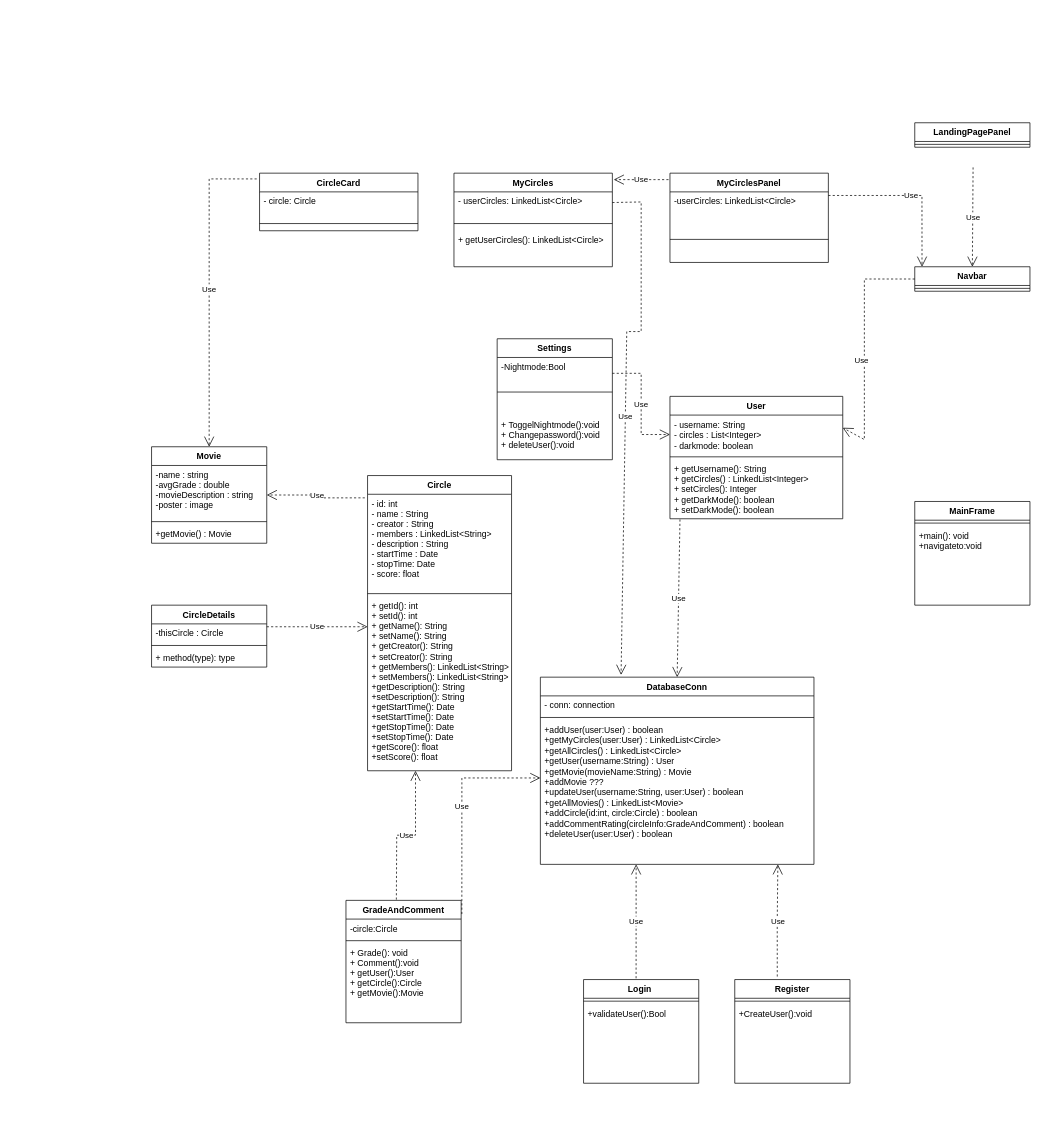
Earlier version of the draw.io diagram Diagrams/UML.drawio (johanbergfalk/DAT055_circles). Source tidied: cells renumbered, new cells numbered last; positions are measured from the earlier drawing's top-left corner, leaving out a move shared by most shapes. Both pictures are drawn from the tidied source at 72%, with x=0, y=0 at pixel (151, 122).
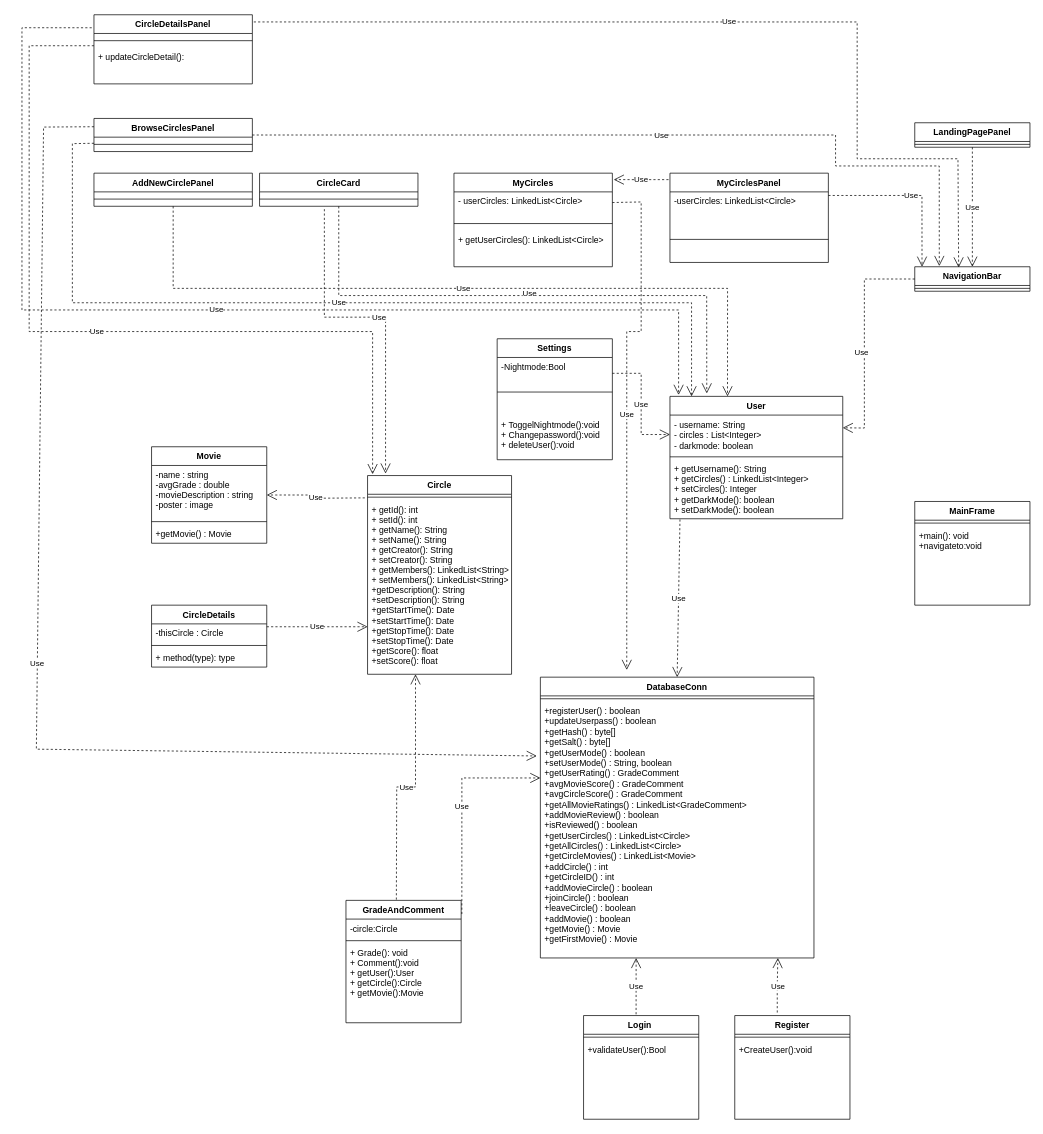
Above is the later version.

The change refers to these unchanged cells:
```xml
<mxCell id="11" value="- userCircles: LinkedList&lt;Circle&gt; &#10;" style="text;strokeColor=none;fillColor=none;align=left;verticalAlign=top;spacingLeft=4;spacingRight=4;overflow=hidden;points=[[0,0.5],[1,0.5]];portConstraint=eastwest;" parent="10" vertex="1">
  <mxGeometry y="26" width="220" height="34" as="geometry" />
</mxCell>
<mxCell id="14" value="Movie" style="swimlane;fontStyle=1;align=center;verticalAlign=top;horizontal=1;startSize=26;" parent="1" vertex="1">
  <mxGeometry y="450" width="160" height="134" as="geometry" />
</mxCell>
<mxCell id="31" value="User" style="swimlane;fontStyle=1;align=center;verticalAlign=top;horizontal=1;startSize=26;" parent="1" vertex="1">
  <mxGeometry x="720" y="380" width="240" height="170" as="geometry" />
</mxCell>
<mxCell id="32" value="- username: String&#10;- circles : List&lt;Integer&gt;&#10;- darkmode: boolean" style="text;strokeColor=none;fillColor=none;align=left;verticalAlign=top;spacingLeft=4;spacingRight=4;overflow=hidden;points=[[0,0.5],[1,0.5]];portConstraint=eastwest;whiteSpace=wrap;" parent="31" vertex="1">
  <mxGeometry y="26" width="240" height="54" as="geometry" />
</mxCell>
<mxCell id="50" value="LandingPagePanel" style="swimlane;fontStyle=1;align=center;verticalAlign=top;horizontal=1;startSize=26;" parent="1" vertex="1">
  <mxGeometry x="1060" width="160" height="34" as="geometry" />
</mxCell>
```

Diff of the diagram source:
```diff
@@
     <mxCell id="2" value="DatabaseConn" style="swimlane;fontStyle=1;align=center;verticalAlign=top;horizontal=1;startSize=26;" parent="1" vertex="1">
-      <mxGeometry x="540" y="770" width="380" height="260" as="geometry" />
+      <mxGeometry x="540" y="770" width="380" height="390" as="geometry" />
     </mxCell>
-    <mxCell id="3" value="- conn: connection" style="text;strokeColor=none;fillColor=none;align=left;verticalAlign=top;spacingLeft=4;spacingRight=4;overflow=hidden;" parent="2" vertex="1">
-      <mxGeometry y="26" width="380" height="26" as="geometry" />
-    </mxCell>
     <mxCell id="4" style="line;strokeWidth=1;fillColor=none;align=left;verticalAlign=middle;spacingTop=-1;spacingLeft=3;spacingRight=3;labelPosition=right;" parent="2" vertex="1">
-      <mxGeometry y="52" width="380" height="8" as="geometry" />
+      <mxGeometry y="26" width="380" height="8" as="geometry" />
     </mxCell>
-    <mxCell id="5" value="+addUser(user:User) : boolean&#10;+getMyCircles(user:User) : LinkedList&lt;Circle&gt;&#10;+getAllCircles() : LinkedList&lt;Circle&gt;&#10;+getUser(username:String) : User&#10;+getMovie(movieName:String) : Movie&#10;+addMovie ???&#10;+updateUser(username:String, user:User) : boolean&#10;+getAllMovies() : LinkedList&lt;Movie&gt;&#10;+addCircle(id:int, circle:Circle) : boolean&#10;+addCommentRating(circleInfo:GradeAndComment) : boolean&#10;+deleteUser(user:User) : boolean&#10;&#10;&#10;&#10;" style="text;strokeColor=none;fillColor=none;align=left;verticalAlign=top;spacingLeft=4;spacingRight=4;overflow=hidden;points=[[0,0.5],[1,0.5]];portConstraint=eastwest;whiteSpace=wrap;" parent="2" vertex="1">
-      <mxGeometry y="60" width="380" height="200" as="geometry" />
+    <mxCell id="5" value="+registerUser() : boolean&#10;+updateUserpass() : boolean&#10;+getHash() : byte[]&#10;+getSalt() : byte[]&#10;+getUserMode() : boolean&#10;+setUserMode() : String, boolean&#10;+getUserRating() : GradeComment&#10;+avgMovieScore() : GradeComment&#10;+avgCircleScore() : GradeComment&#10;+getAllMovieRatings() : LinkedList&lt;GradeComment&gt;&#10;+addMovieReview() : boolean&#10;+isReviewed() : boolean&#10;+getUserCircles() : LinkedList&lt;Circle&gt;&#10;+getAllCircles() : LinkedList&lt;Circle&gt;&#10;+getCircleMovies() : LinkedList&lt;Movie&gt;&#10;+addCircle() : int&#10;+getCircleID() : int&#10;+addMovieCircle() : boolean&#10;+joinCircle() : boolean&#10;+leaveCircle() : boolean&#10;+addMovie() : boolean&#10;+getMovie() : Movie&#10;+getFirstMovie() : Movie&#10;&#10;&#10;&#10;" style="text;strokeColor=none;fillColor=none;align=left;verticalAlign=top;spacingLeft=4;spacingRight=4;overflow=hidden;points=[[0,0.5],[1,0.5]];portConstraint=eastwest;whiteSpace=wrap;" parent="2" vertex="1">
+      <mxGeometry y="34" width="380" height="356" as="geometry" />
     </mxCell>
     <mxCell id="6" value="Circle" style="swimlane;fontStyle=1;align=center;verticalAlign=top;horizontal=1;startSize=26;" parent="1" vertex="1">
-      <mxGeometry x="300" y="490" width="200" height="410" as="geometry" />
+      <mxGeometry x="300" y="490" width="200" height="276" as="geometry" />
     </mxCell>
-    <mxCell id="7" value="- id: int&#10;- name : String&#10;- creator : String&#10;- members : LinkedList&lt;String&gt;&#10;- description : String&#10;- startTime : Date&#10;- stopTime: Date&#10;- score: float&#10;" style="text;strokeColor=none;fillColor=none;align=left;verticalAlign=top;spacingLeft=4;spacingRight=4;overflow=hidden;points=[[0,0.5],[1,0.5]];portConstraint=eastwest;" parent="6" vertex="1">
-      <mxGeometry y="26" width="200" height="134" as="geometry" />
-    </mxCell>
     <mxCell id="8" style="line;strokeWidth=1;fillColor=none;align=left;verticalAlign=middle;spacingTop=-1;spacingLeft=3;spacingRight=3;labelPosition=right;" parent="6" vertex="1">
-      <mxGeometry y="160" width="200" height="8" as="geometry" />
+      <mxGeometry y="26" width="200" height="8" as="geometry" />
     </mxCell>
     <mxCell id="9" value="+ getId(): int&#10;+ setId(): int&#10;+ getName(): String&#10;+ setName(): String&#10;+ getCreator(): String&#10;+ setCreator(): String&#10;+ getMembers(): LinkedList&lt;String&gt;&#10;+ setMembers(): LinkedList&lt;String&gt;&#10;+getDescription(): String&#10;+setDescription(): String&#10;+getStartTime(): Date&#10;+setStartTime(): Date&#10;+getStopTime(): Date&#10;+setStopTime(): Date&#10;+getScore(): float&#10;+setScore(): float" style="text;strokeColor=none;fillColor=none;align=left;verticalAlign=top;spacingLeft=4;spacingRight=4;overflow=hidden;points=[[0,0.5],[1,0.5]];portConstraint=eastwest;" parent="6" vertex="1">
-      <mxGeometry y="168" width="200" height="242" as="geometry" />
+      <mxGeometry y="34" width="200" height="242" as="geometry" />
     </mxCell>
@@
-    <mxCell id="38" value="Use" style="endArrow=open;endSize=12;dashed=1;html=1;rounded=0;edgeStyle=orthogonalEdgeStyle;exitX=-0.019;exitY=0.037;exitDx=0;exitDy=0;exitPerimeter=0;" parent="1" edge="1" source="7" target="14">
-      <mxGeometry relative="1" as="geometry" />
+    <mxCell id="38" value="Use" style="endArrow=open;endSize=12;dashed=1;html=1;rounded=0;edgeStyle=orthogonalEdgeStyle;exitX=-0.019;exitY=0.037;exitDx=0;exitDy=0;exitPerimeter=0;" parent="1" edge="1" target="14">
+      <mxGeometry relative="1" as="geometry">
+        <mxPoint x="296.2" y="521" as="sourcePoint" />
+      </mxGeometry>
     </mxCell>
@@
     <mxCell id="42" value="Login " style="swimlane;fontStyle=1;align=center;verticalAlign=top;horizontal=1;startSize=26;" parent="1" vertex="1">
-      <mxGeometry x="600" y="1190" width="160" height="144" as="geometry" />
+      <mxGeometry x="600" y="1240" width="160" height="144" as="geometry" />
     </mxCell>
@@
     <mxCell id="45" value="Register" style="swimlane;fontStyle=1;align=center;verticalAlign=top;horizontal=1;startSize=26;" parent="1" vertex="1">
-      <mxGeometry x="810" y="1190" width="160" height="144" as="geometry" />
+      <mxGeometry x="810" y="1240" width="160" height="144" as="geometry" />
     </mxCell>
@@
-    <mxCell id="52" value="Navbar" style="swimlane;fontStyle=1;align=center;verticalAlign=top;horizontal=1;startSize=26;" parent="1" vertex="1">
+    <mxCell id="52" value="NavigationBar&#10;" style="swimlane;fontStyle=1;align=center;verticalAlign=top;horizontal=1;startSize=26;" parent="1" vertex="1">
       <mxGeometry x="1060" y="200" width="160" height="34" as="geometry" />
     </mxCell>
@@
     <mxCell id="57" value="Use" style="endArrow=open;endSize=12;dashed=1;html=1;rounded=0;exitX=0;exitY=0.5;exitDx=0;exitDy=0;entryX=1;entryY=0.327;entryDx=0;entryDy=0;entryPerimeter=0;" parent="1" edge="1" source="52" target="32">
       <mxGeometry x="0.12" y="-4" relative="1" as="geometry">
         <Array as="points">
           <mxPoint x="990" y="217" />
-          <mxPoint x="990" y="440" />
+          <mxPoint x="990" y="424" />
         </Array>
       </mxGeometry>
     </mxCell>
@@
     <mxCell id="60" value="CircleCard" style="swimlane;fontStyle=1;align=center;verticalAlign=top;horizontal=1;startSize=26;" parent="1" vertex="1">
-      <mxGeometry x="150" y="70" width="220" height="80" as="geometry" />
+      <mxGeometry x="150" y="70" width="220" height="46" as="geometry" />
     </mxCell>
-    <mxCell id="61" value="- circle: Circle" style="text;strokeColor=none;fillColor=none;align=left;verticalAlign=top;spacingLeft=4;spacingRight=4;overflow=hidden;" parent="60" vertex="1">
-      <mxGeometry y="26" width="220" height="34" as="geometry" />
-    </mxCell>
     <mxCell id="62" style="line;strokeWidth=1;fillColor=none;align=left;verticalAlign=middle;spacingTop=-1;spacingLeft=3;spacingRight=3;labelPosition=right;" parent="60" vertex="1">
-      <mxGeometry y="60" width="220" height="20" as="geometry" />
+      <mxGeometry y="26" width="220" height="20" as="geometry" />
     </mxCell>
-    <mxCell id="63" value="Use" style="endArrow=open;endSize=12;dashed=1;html=1;rounded=0;exitX=-0.018;exitY=0.1;exitDx=0;exitDy=0;exitPerimeter=0;" parent="1" edge="1" source="60" target="14">
-      <mxGeometry relative="1" as="geometry">
-        <Array as="points">
-          <mxPoint x="80" y="78" />
-        </Array>
-      </mxGeometry>
-    </mxCell>
-    <mxCell id="64" value="Use" style="endArrow=open;endSize=12;dashed=1;html=1;rounded=0;entryX=0.5;entryY=0;entryDx=0;entryDy=0;exitX=0.506;exitY=1.077;exitDx=0;exitDy=0;exitPerimeter=0;" parent="1" edge="1" target="52">
-      <mxGeometry relative="1" as="geometry">
-        <mxPoint x="1141" y="62" as="sourcePoint" />
-      </mxGeometry>
+    <mxCell id="64" value="Use" style="endArrow=open;endSize=12;dashed=1;html=1;rounded=0;entryX=0.5;entryY=0;entryDx=0;entryDy=0;exitX=0.5;exitY=1;exitDx=0;exitDy=0;" parent="1" edge="1" source="50" target="52">
+      <mxGeometry relative="1" as="geometry" />
     </mxCell>
-    <mxCell id="65" value="Use" style="endArrow=open;endSize=12;dashed=1;html=1;rounded=0;entryX=0.295;entryY=-0.012;entryDx=0;entryDy=0;entryPerimeter=0;" parent="1" edge="1" source="11" target="2">
+    <mxCell id="65" value="Use" style="endArrow=open;endSize=12;dashed=1;html=1;rounded=0;" parent="1" edge="1" source="11">
       <mxGeometry relative="1" as="geometry">
+        <mxPoint x="660" y="760" as="targetPoint" />
         <Array as="points">
           <mxPoint x="680" y="110" />
           <mxPoint x="680" y="290" />
           <mxPoint x="660" y="290" />
         </Array>
       </mxGeometry>
     </mxCell>
@@
+    <mxCell id="67" value="Use" style="endArrow=open;endSize=12;dashed=1;html=1;rounded=0;exitX=0.5;exitY=1;exitDx=0;exitDy=0;entryX=0.213;entryY=-0.024;entryDx=0;entryDy=0;entryPerimeter=0;" parent="1" edge="1" source="60" target="31">
+      <mxGeometry x="0.01" y="3" relative="1" as="geometry">
+        <Array as="points">
+          <mxPoint x="260" y="240" />
+          <mxPoint x="771" y="240" />
+        </Array>
+      </mxGeometry>
+    </mxCell>
+    <mxCell id="68" value="Use" style="endArrow=open;endSize=12;dashed=1;html=1;rounded=0;entryX=0.125;entryY=-0.01;entryDx=0;entryDy=0;entryPerimeter=0;" parent="1" edge="1" target="6">
+      <mxGeometry relative="1" as="geometry">
+        <mxPoint x="240" y="120" as="sourcePoint" />
+        <Array as="points">
+          <mxPoint x="240" y="270" />
+          <mxPoint x="325" y="270" />
+        </Array>
+      </mxGeometry>
+    </mxCell>
+    <mxCell id="69" value="AddNewCirclePanel" style="swimlane;fontStyle=1;align=center;verticalAlign=top;horizontal=1;startSize=26;" parent="1" vertex="1">
+      <mxGeometry x="-80" y="70" width="220" height="46" as="geometry" />
+    </mxCell>
+    <mxCell id="70" style="line;strokeWidth=1;fillColor=none;align=left;verticalAlign=middle;spacingTop=-1;spacingLeft=3;spacingRight=3;labelPosition=right;" parent="69" vertex="1">
+      <mxGeometry y="26" width="220" height="20" as="geometry" />
+    </mxCell>
+    <mxCell id="71" value="Use" style="endArrow=open;endSize=12;dashed=1;html=1;rounded=0;exitX=0.5;exitY=1;exitDx=0;exitDy=0;entryX=0.333;entryY=0;entryDx=0;entryDy=0;entryPerimeter=0;" parent="1" edge="1" source="69" target="31">
+      <mxGeometry relative="1" as="geometry">
+        <Array as="points">
+          <mxPoint x="30" y="230" />
+          <mxPoint x="800" y="230" />
+        </Array>
+      </mxGeometry>
+    </mxCell>
+    <mxCell id="72" value="BrowseCirclesPanel" style="swimlane;fontStyle=1;align=center;verticalAlign=top;horizontal=1;startSize=26;" parent="1" vertex="1">
+      <mxGeometry x="-80" y="-6" width="220" height="46" as="geometry" />
+    </mxCell>
+    <mxCell id="73" style="line;strokeWidth=1;fillColor=none;align=left;verticalAlign=middle;spacingTop=-1;spacingLeft=3;spacingRight=3;labelPosition=right;" parent="72" vertex="1">
+      <mxGeometry y="26" width="220" height="20" as="geometry" />
+    </mxCell>
+    <mxCell id="74" value="Use" style="endArrow=open;endSize=12;dashed=1;html=1;rounded=0;exitX=1;exitY=0.5;exitDx=0;exitDy=0;entryX=0.213;entryY=-0.029;entryDx=0;entryDy=0;entryPerimeter=0;" parent="1" edge="1" source="72" target="52">
+      <mxGeometry relative="1" as="geometry">
+        <Array as="points">
+          <mxPoint x="950" y="17" />
+          <mxPoint x="950" y="60" />
+          <mxPoint x="1094" y="60" />
+        </Array>
+      </mxGeometry>
+    </mxCell>
+    <mxCell id="75" value="Use" style="endArrow=open;endSize=12;dashed=1;html=1;rounded=0;exitX=0;exitY=0.75;exitDx=0;exitDy=0;entryX=0.125;entryY=0;entryDx=0;entryDy=0;entryPerimeter=0;" parent="1" edge="1" source="72" target="31">
+      <mxGeometry relative="1" as="geometry">
+        <Array as="points">
+          <mxPoint x="-110" y="29" />
+          <mxPoint x="-110" y="250" />
+          <mxPoint x="-60" y="250" />
+          <mxPoint x="750" y="250" />
+        </Array>
+      </mxGeometry>
+    </mxCell>
+    <mxCell id="76" value="Use" style="endArrow=open;endSize=12;dashed=1;html=1;rounded=0;exitX=0;exitY=0.25;exitDx=0;exitDy=0;entryX=-0.013;entryY=0.212;entryDx=0;entryDy=0;entryPerimeter=0;" parent="1" edge="1" source="72" target="5">
+      <mxGeometry relative="1" as="geometry">
+        <Array as="points">
+          <mxPoint x="-150" y="6" />
+          <mxPoint x="-160" y="870" />
+        </Array>
+      </mxGeometry>
+    </mxCell>
+    <mxCell id="77" value="CircleDetailsPanel" style="swimlane;fontStyle=1;align=center;verticalAlign=top;horizontal=1;startSize=26;" parent="1" vertex="1">
+      <mxGeometry x="-80" y="-150" width="220" height="96" as="geometry" />
+    </mxCell>
+    <mxCell id="78" style="line;strokeWidth=1;fillColor=none;align=left;verticalAlign=middle;spacingTop=-1;spacingLeft=3;spacingRight=3;labelPosition=right;" parent="77" vertex="1">
+      <mxGeometry y="26" width="220" height="20" as="geometry" />
+    </mxCell>
+    <mxCell id="79" value="+ updateCircleDetail():" style="text;strokeColor=none;fillColor=none;align=left;verticalAlign=top;spacingLeft=4;spacingRight=4;overflow=hidden;points=[[0,0.5],[1,0.5]];portConstraint=eastwest;" parent="77" vertex="1">
+      <mxGeometry y="46" width="220" height="50" as="geometry" />
+    </mxCell>
+    <mxCell id="80" value="Use" style="endArrow=open;endSize=12;dashed=1;html=1;rounded=0;entryX=0.05;entryY=-0.012;entryDx=0;entryDy=0;entryPerimeter=0;exitX=-0.014;exitY=0.188;exitDx=0;exitDy=0;exitPerimeter=0;" parent="1" edge="1" source="77" target="31">
+      <mxGeometry relative="1" as="geometry">
+        <Array as="points">
+          <mxPoint x="-180" y="-132" />
+          <mxPoint x="-180" y="260" />
+          <mxPoint x="732" y="260" />
+        </Array>
+      </mxGeometry>
+    </mxCell>
+    <mxCell id="81" value="Use" style="endArrow=open;endSize=12;dashed=1;html=1;rounded=0;entryX=0.035;entryY=-0.007;entryDx=0;entryDy=0;entryPerimeter=0;exitX=0;exitY=-0.06;exitDx=0;exitDy=0;exitPerimeter=0;" parent="1" edge="1" source="79" target="6">
+      <mxGeometry relative="1" as="geometry">
+        <Array as="points">
+          <mxPoint x="-170" y="-107" />
+          <mxPoint x="-170" y="290" />
+          <mxPoint x="307" y="290" />
+        </Array>
+      </mxGeometry>
+    </mxCell>
+    <mxCell id="82" value="Use" style="endArrow=open;endSize=12;dashed=1;html=1;rounded=0;entryX=0.381;entryY=0.029;entryDx=0;entryDy=0;entryPerimeter=0;exitX=1.009;exitY=0.104;exitDx=0;exitDy=0;exitPerimeter=0;" parent="1" edge="1" source="77" target="52">
+      <mxGeometry relative="1" as="geometry">
+        <Array as="points">
+          <mxPoint x="980" y="-140" />
+          <mxPoint x="980" y="50" />
+          <mxPoint x="1120" y="50" />
+        </Array>
+      </mxGeometry>
+    </mxCell>
```
